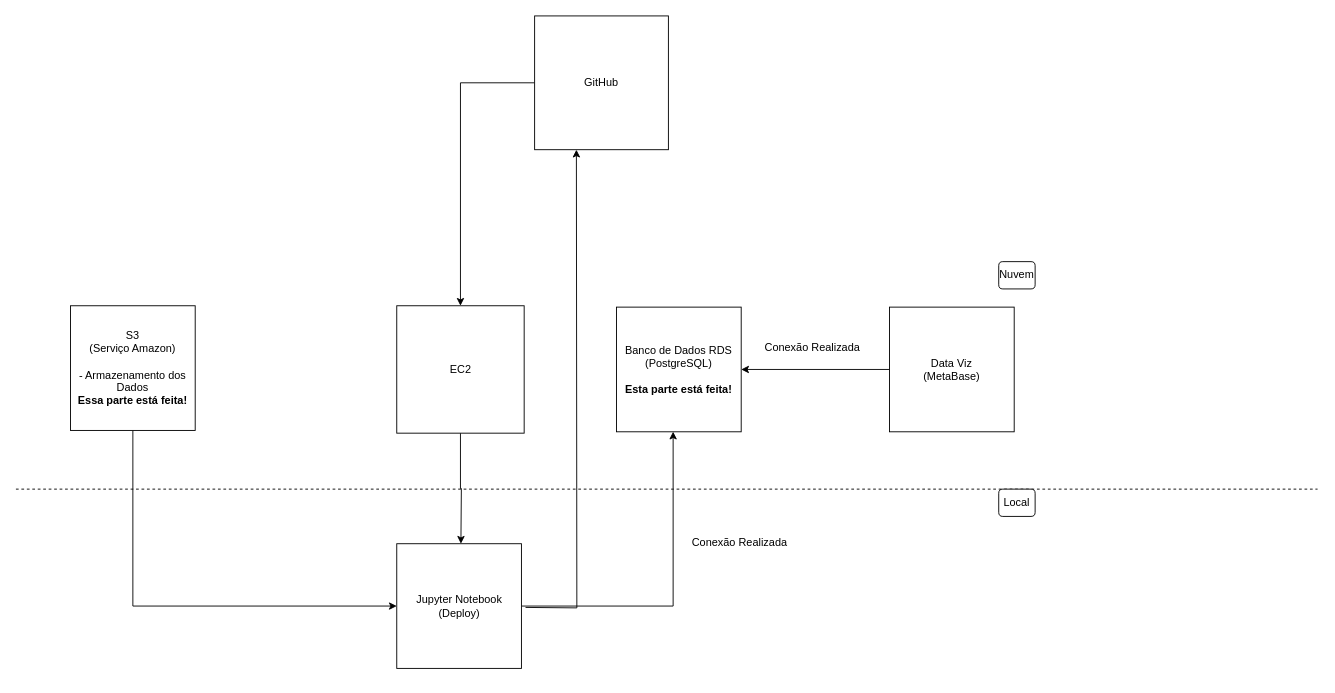
This is project_clustering_customers/docs/planejamento_solucao_aprimorado.drawio from jefferson-datascience/project_clustering_customers, a draw.io file, before an edit. Source tidied: cells renumbered, new cells numbered last; positions are measured from the earlier drawing's top-left corner, leaving out a move shared by most shapes. Both pictures are drawn from the tidied source at 91%, with x=0, y=0 at pixel (15, 15).
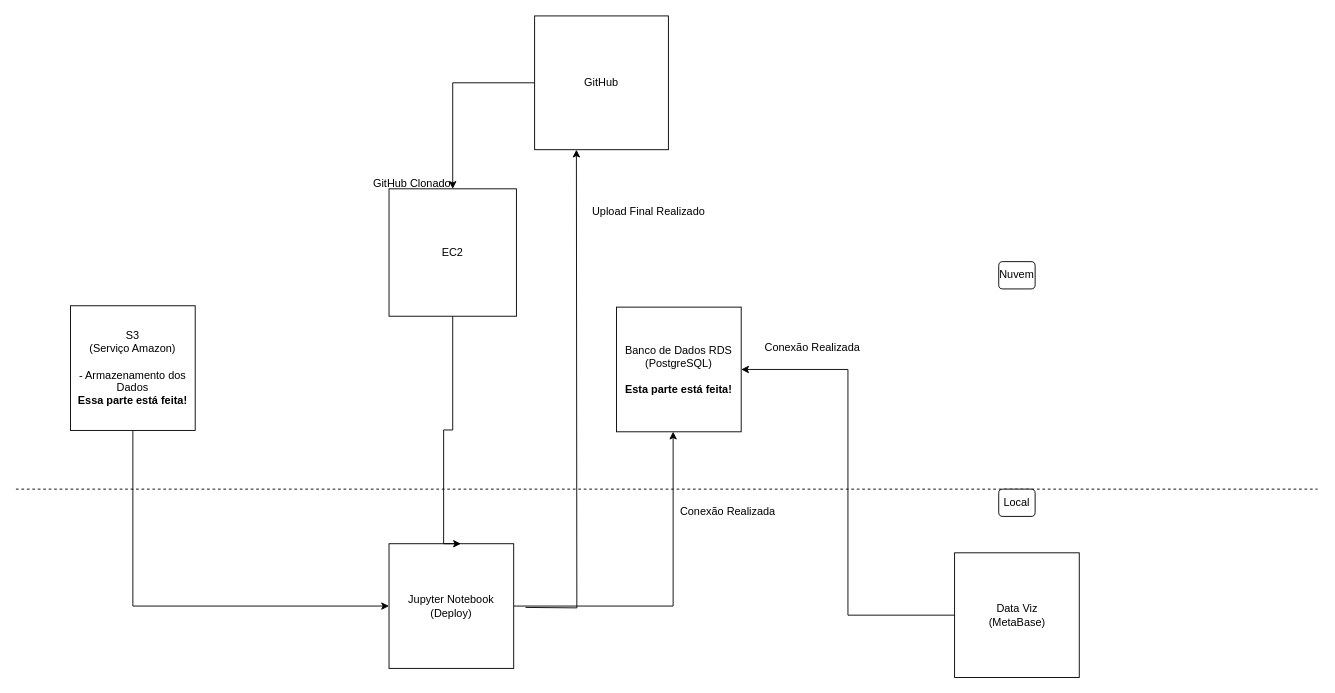
After the change.

What changed in the source:
```diff
@@
     <mxCell id="3" value="Data Viz&lt;br&gt;(MetaBase)" style="whiteSpace=wrap;html=1;" parent="1" vertex="1">
-      <mxGeometry x="960" y="320" width="137" height="137" as="geometry" />
+      <mxGeometry x="1031.5" y="590" width="137" height="137" as="geometry" />
     </mxCell>
@@
     <mxCell id="7" value="Jupyter Notebook&lt;br&gt;(Deploy)" style="whiteSpace=wrap;html=1;" parent="1" vertex="1">
-      <mxGeometry x="418.5" y="580" width="137" height="137" as="geometry" />
+      <mxGeometry x="410" y="580" width="137" height="137" as="geometry" />
     </mxCell>
@@
     <mxCell id="11" style="edgeStyle=orthogonalEdgeStyle;rounded=0;jettySize=auto;html=1;exitX=0.5;exitY=1;exitDx=0;exitDy=0;" parent="1" edge="1" source="12">
       <mxGeometry relative="1" as="geometry">
         <mxPoint x="489" y="580" as="targetPoint" />
+        <Array as="points">
+          <mxPoint x="480" y="455" />
+          <mxPoint x="470" y="455" />
+          <mxPoint x="470" y="580" />
+        </Array>
       </mxGeometry>
     </mxCell>
     <mxCell id="12" value="EC2&lt;br&gt;" style="whiteSpace=wrap;html=1;" parent="1" vertex="1">
-      <mxGeometry x="418.5" y="318.5" width="140" height="140" as="geometry" />
+      <mxGeometry x="410" y="190" width="140" height="140" as="geometry" />
     </mxCell>
@@
     <mxCell id="18" value="Conexão Realizada&lt;br&gt;" style="text;html=1;align=center;verticalAlign=middle;strokeColor=none;fillColor=none;" parent="1" vertex="1">
-      <mxGeometry x="730" y="564" width="130" height="30" as="geometry" />
+      <mxGeometry x="717" y="530" width="130" height="30" as="geometry" />
     </mxCell>
+    <mxCell id="19" value="Upload Final Realizado&lt;br&gt;" style="text;html=1;align=center;verticalAlign=middle;strokeColor=none;fillColor=none;" parent="1" vertex="1">
+      <mxGeometry x="620" y="200" width="150" height="30" as="geometry" />
+    </mxCell>
+    <mxCell id="20" value="GitHub Clonado&lt;br&gt;" style="text;html=1;align=center;verticalAlign=middle;strokeColor=none;fillColor=none;" parent="1" vertex="1">
+      <mxGeometry x="380" y="170" width="110" height="30" as="geometry" />
+    </mxCell>
```
